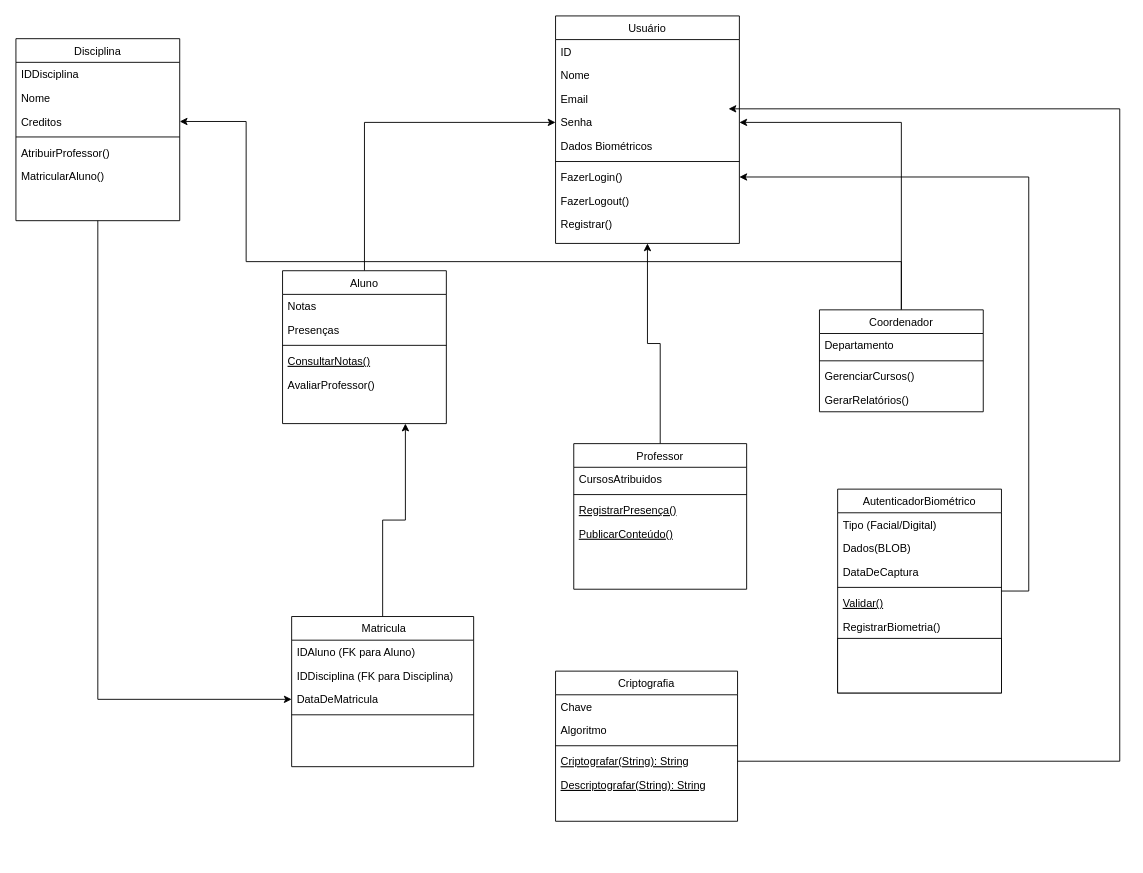
This is Diagrama sem nome.drawio from Luanhp0/Exercicio_html_js, a draw.io file, before an edit. Source tidied: cells renumbered, new cells numbered last; positions are measured from the earlier drawing's top-left corner, leaving out a move shared by most shapes. Both pictures are drawn from the tidied source at 91%, with x=0, y=0 at pixel (15, 15).
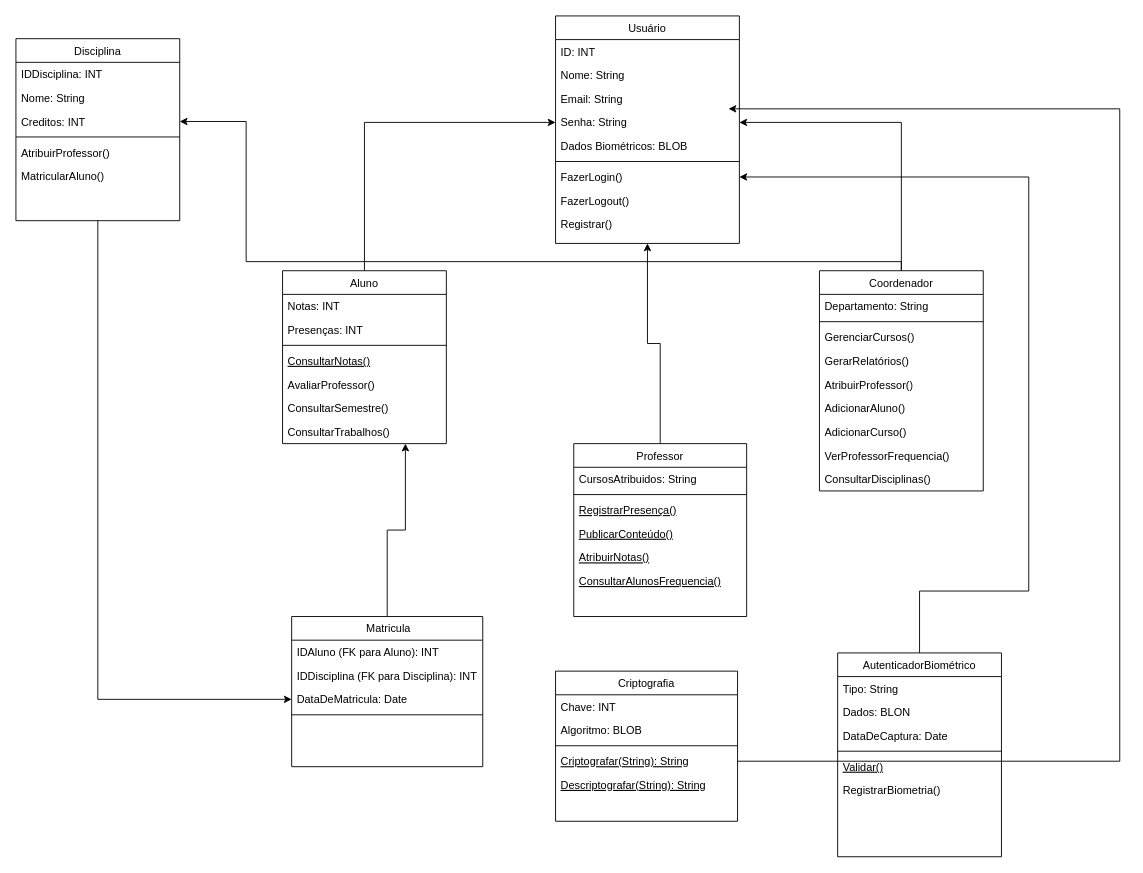
The same diagram, later.

Unchanged cells that the change refers to:
```xml
<mxCell id="3" value="Disciplina" style="swimlane;fontStyle=0;align=center;verticalAlign=top;horizontal=1;startSize=26;rounded=0;shadow=0;strokeWidth=1;" parent="1" vertex="1">
  <mxGeometry y="25" width="180" height="200" as="geometry" />
</mxCell>
<mxCell id="23" value="Usuário" style="swimlane;fontStyle=0;align=center;verticalAlign=top;horizontal=1;startSize=26;rounded=0;shadow=0;strokeWidth=1;" parent="1" vertex="1">
  <mxGeometry x="593" width="202" height="250" as="geometry" />
</mxCell>
<mxCell id="55" value="Criptografia" style="swimlane;fontStyle=0;align=center;verticalAlign=top;horizontal=1;startSize=26;rounded=0;shadow=0;strokeWidth=1;" parent="1" vertex="1">
  <mxGeometry x="593" y="720" width="200" height="165" as="geometry" />
</mxCell>
```

Diff of the diagram source:
```diff
@@
-    <mxCell id="4" value="IDDisciplina" style="text;align=left;verticalAlign=top;spacingLeft=4;spacingRight=4;overflow=hidden;" parent="3" vertex="1">
+    <mxCell id="4" value="IDDisciplina: INT" style="text;align=left;verticalAlign=top;spacingLeft=4;spacingRight=4;overflow=hidden;" parent="3" vertex="1">
       <mxGeometry y="26" width="180" height="26" as="geometry" />
     </mxCell>
-    <mxCell id="5" value="Nome" style="text;align=left;verticalAlign=top;spacingLeft=4;spacingRight=4;overflow=hidden;rounded=0;shadow=0;html=0;" parent="3" vertex="1">
+    <mxCell id="5" value="Nome: String" style="text;align=left;verticalAlign=top;spacingLeft=4;spacingRight=4;overflow=hidden;rounded=0;shadow=0;html=0;" parent="3" vertex="1">
       <mxGeometry y="52" width="180" height="26" as="geometry" />
     </mxCell>
-    <mxCell id="6" value="Creditos" style="text;align=left;verticalAlign=top;spacingLeft=4;spacingRight=4;overflow=hidden;points=[[0,0.5],[1,0.5]];portConstraint=eastwest;rounded=0;shadow=0;html=0;" parent="3" vertex="1">
+    <mxCell id="6" value="Creditos: INT" style="text;align=left;verticalAlign=top;spacingLeft=4;spacingRight=4;overflow=hidden;points=[[0,0.5],[1,0.5]];portConstraint=eastwest;rounded=0;shadow=0;html=0;" parent="3" vertex="1">
       <mxGeometry y="78" width="180" height="26" as="geometry" />
     </mxCell>
@@
     <mxCell id="11" value="Aluno" style="swimlane;fontStyle=0;align=center;verticalAlign=top;horizontal=1;startSize=26;rounded=0;shadow=0;strokeWidth=1;" parent="1" vertex="1">
-      <mxGeometry x="293" y="280" width="180" height="168" as="geometry" />
+      <mxGeometry x="293" y="280" width="180" height="190" as="geometry" />
     </mxCell>
-    <mxCell id="12" value="Notas" style="text;align=left;verticalAlign=top;spacingLeft=4;spacingRight=4;overflow=hidden;" parent="11" vertex="1">
+    <mxCell id="12" value="Notas: INT" style="text;align=left;verticalAlign=top;spacingLeft=4;spacingRight=4;overflow=hidden;" parent="11" vertex="1">
       <mxGeometry y="26" width="180" height="26" as="geometry" />
     </mxCell>
-    <mxCell id="13" value="Presenças" style="text;align=left;verticalAlign=top;spacingLeft=4;spacingRight=4;overflow=hidden;rounded=0;shadow=0;html=0;" parent="11" vertex="1">
+    <mxCell id="13" value="Presenças: INT" style="text;align=left;verticalAlign=top;spacingLeft=4;spacingRight=4;overflow=hidden;rounded=0;shadow=0;html=0;" parent="11" vertex="1">
       <mxGeometry y="52" width="180" height="26" as="geometry" />
     </mxCell>
@@
+    <mxCell id="62" value="ConsultarSemestre()" style="text;align=left;verticalAlign=top;spacingLeft=4;spacingRight=4;overflow=hidden;" parent="11" vertex="1">
+      <mxGeometry y="138" width="180" height="26" as="geometry" />
+    </mxCell>
+    <mxCell id="63" value="ConsultarTrabalhos()" style="text;align=left;verticalAlign=top;spacingLeft=4;spacingRight=4;overflow=hidden;" parent="11" vertex="1">
+      <mxGeometry y="164" width="180" height="26" as="geometry" />
+    </mxCell>
@@
     <mxCell id="18" value="Professor" style="swimlane;fontStyle=0;align=center;verticalAlign=top;horizontal=1;startSize=26;rounded=0;shadow=0;strokeWidth=1;" parent="1" vertex="1">
-      <mxGeometry x="613" y="470" width="190" height="160" as="geometry" />
+      <mxGeometry x="613" y="470" width="190" height="190" as="geometry" />
     </mxCell>
-    <mxCell id="19" value="CursosAtribuidos" style="text;align=left;verticalAlign=top;spacingLeft=4;spacingRight=4;overflow=hidden;" parent="18" vertex="1">
+    <mxCell id="19" value="CursosAtribuidos: String" style="text;align=left;verticalAlign=top;spacingLeft=4;spacingRight=4;overflow=hidden;" parent="18" vertex="1">
       <mxGeometry y="26" width="190" height="26" as="geometry" />
     </mxCell>
@@
+    <mxCell id="64" value="AtribuirNotas()" style="text;align=left;verticalAlign=top;spacingLeft=4;spacingRight=4;overflow=hidden;fontStyle=4;" parent="18" vertex="1">
+      <mxGeometry y="112" width="190" height="26" as="geometry" />
+    </mxCell>
+    <mxCell id="65" value="ConsultarAlunosFrequencia()" style="text;align=left;verticalAlign=top;spacingLeft=4;spacingRight=4;overflow=hidden;fontStyle=4;" parent="18" vertex="1">
+      <mxGeometry y="138" width="190" height="26" as="geometry" />
+    </mxCell>
@@
-    <mxCell id="24" value="ID" style="text;align=left;verticalAlign=top;spacingLeft=4;spacingRight=4;overflow=hidden;" parent="23" vertex="1">
+    <mxCell id="24" value="ID: INT" style="text;align=left;verticalAlign=top;spacingLeft=4;spacingRight=4;overflow=hidden;" parent="23" vertex="1">
       <mxGeometry y="26" width="202" height="26" as="geometry" />
     </mxCell>
-    <mxCell id="25" value="Nome" style="text;align=left;verticalAlign=top;spacingLeft=4;spacingRight=4;overflow=hidden;rounded=0;shadow=0;html=0;" parent="23" vertex="1">
+    <mxCell id="25" value="Nome: String" style="text;align=left;verticalAlign=top;spacingLeft=4;spacingRight=4;overflow=hidden;rounded=0;shadow=0;html=0;" parent="23" vertex="1">
       <mxGeometry y="52" width="202" height="26" as="geometry" />
     </mxCell>
-    <mxCell id="26" value="Email" style="text;align=left;verticalAlign=top;spacingLeft=4;spacingRight=4;overflow=hidden;rounded=0;shadow=0;html=0;" parent="23" vertex="1">
+    <mxCell id="26" value="Email: String" style="text;align=left;verticalAlign=top;spacingLeft=4;spacingRight=4;overflow=hidden;rounded=0;shadow=0;html=0;" parent="23" vertex="1">
       <mxGeometry y="78" width="202" height="26" as="geometry" />
     </mxCell>
-    <mxCell id="27" value="Senha" style="text;align=left;verticalAlign=top;spacingLeft=4;spacingRight=4;overflow=hidden;points=[[0,0.5],[1,0.5]];portConstraint=eastwest;rounded=0;shadow=0;html=0;" parent="23" vertex="1">
+    <mxCell id="27" value="Senha: String" style="text;align=left;verticalAlign=top;spacingLeft=4;spacingRight=4;overflow=hidden;points=[[0,0.5],[1,0.5]];portConstraint=eastwest;rounded=0;shadow=0;html=0;" parent="23" vertex="1">
       <mxGeometry y="104" width="202" height="26" as="geometry" />
     </mxCell>
-    <mxCell id="28" value="Dados Biométricos" style="text;align=left;verticalAlign=top;spacingLeft=4;spacingRight=4;overflow=hidden;rounded=0;shadow=0;html=0;" parent="23" vertex="1">
+    <mxCell id="28" value="Dados Biométricos: BLOB" style="text;align=left;verticalAlign=top;spacingLeft=4;spacingRight=4;overflow=hidden;rounded=0;shadow=0;html=0;" parent="23" vertex="1">
       <mxGeometry y="130" width="202" height="26" as="geometry" />
     </mxCell>
@@
     <mxCell id="35" value="&lt;span style=&quot;font-weight: normal;&quot;&gt;Coordenador&lt;/span&gt;" style="swimlane;fontStyle=1;align=center;verticalAlign=top;horizontal=1;startSize=26;whiteSpace=wrap;html=1;" parent="1" vertex="1">
-      <mxGeometry x="883" y="323" width="180" height="112" as="geometry" />
+      <mxGeometry x="883" y="280" width="180" height="242" as="geometry" />
     </mxCell>
-    <mxCell id="36" value="Departamento" style="text;strokeColor=none;fillColor=none;align=left;verticalAlign=top;spacingLeft=4;spacingRight=4;overflow=hidden;whiteSpace=wrap;html=1;" parent="35" vertex="1">
+    <mxCell id="36" value="Departamento: String" style="text;strokeColor=none;fillColor=none;align=left;verticalAlign=top;spacingLeft=4;spacingRight=4;overflow=hidden;whiteSpace=wrap;html=1;" parent="35" vertex="1">
       <mxGeometry y="26" width="180" height="26" as="geometry" />
     </mxCell>
@@
+    <mxCell id="66" value="AtribuirProfessor()" style="text;strokeColor=none;fillColor=none;align=left;verticalAlign=top;spacingLeft=4;spacingRight=4;overflow=hidden;whiteSpace=wrap;html=1;" parent="35" vertex="1">
+      <mxGeometry y="112" width="180" height="26" as="geometry" />
+    </mxCell>
+    <mxCell id="67" value="AdicionarAluno()" style="text;strokeColor=none;fillColor=none;align=left;verticalAlign=top;spacingLeft=4;spacingRight=4;overflow=hidden;whiteSpace=wrap;html=1;" parent="35" vertex="1">
+      <mxGeometry y="138" width="180" height="26" as="geometry" />
+    </mxCell>
+    <mxCell id="68" value="AdicionarCurso()" style="text;strokeColor=none;fillColor=none;align=left;verticalAlign=top;spacingLeft=4;spacingRight=4;overflow=hidden;whiteSpace=wrap;html=1;" parent="35" vertex="1">
+      <mxGeometry y="164" width="180" height="26" as="geometry" />
+    </mxCell>
+    <mxCell id="69" value="VerProfessorFrequencia()" style="text;strokeColor=none;fillColor=none;align=left;verticalAlign=top;spacingLeft=4;spacingRight=4;overflow=hidden;whiteSpace=wrap;html=1;" parent="35" vertex="1">
+      <mxGeometry y="190" width="180" height="26" as="geometry" />
+    </mxCell>
+    <mxCell id="70" value="ConsultarDisciplinas()" style="text;strokeColor=none;fillColor=none;align=left;verticalAlign=top;spacingLeft=4;spacingRight=4;overflow=hidden;whiteSpace=wrap;html=1;" parent="35" vertex="1">
+      <mxGeometry y="216" width="180" height="26" as="geometry" />
+    </mxCell>
@@
     <mxCell id="41" value="AutenticadorBiométrico" style="swimlane;fontStyle=0;align=center;verticalAlign=top;horizontal=1;startSize=26;rounded=0;shadow=0;strokeWidth=1;" parent="1" vertex="1">
-      <mxGeometry x="903" y="520" width="180" height="224" as="geometry" />
+      <mxGeometry x="903" y="700" width="180" height="224" as="geometry" />
     </mxCell>
-    <mxCell id="42" value="Tipo (Facial/Digital)" style="text;align=left;verticalAlign=top;spacingLeft=4;spacingRight=4;overflow=hidden;" parent="41" vertex="1">
+    <mxCell id="42" value="Tipo: String" style="text;align=left;verticalAlign=top;spacingLeft=4;spacingRight=4;overflow=hidden;" parent="41" vertex="1">
       <mxGeometry y="26" width="180" height="26" as="geometry" />
     </mxCell>
-    <mxCell id="43" value="Dados(BLOB)" style="text;align=left;verticalAlign=top;spacingLeft=4;spacingRight=4;overflow=hidden;rounded=0;shadow=0;html=0;" parent="41" vertex="1">
+    <mxCell id="43" value="Dados: BLON" style="text;align=left;verticalAlign=top;spacingLeft=4;spacingRight=4;overflow=hidden;rounded=0;shadow=0;html=0;" parent="41" vertex="1">
       <mxGeometry y="52" width="180" height="26" as="geometry" />
     </mxCell>
-    <mxCell id="44" value="DataDeCaptura" style="text;align=left;verticalAlign=top;spacingLeft=4;spacingRight=4;overflow=hidden;rounded=0;shadow=0;html=0;" parent="41" vertex="1">
+    <mxCell id="44" value="DataDeCaptura: Date" style="text;align=left;verticalAlign=top;spacingLeft=4;spacingRight=4;overflow=hidden;rounded=0;shadow=0;html=0;" parent="41" vertex="1">
       <mxGeometry y="78" width="180" height="26" as="geometry" />
     </mxCell>
@@
-    <mxCell id="48" style="whiteSpace=wrap;html=1;" parent="41" vertex="1">
-      <mxGeometry y="164" width="180" height="60" as="geometry" />
-    </mxCell>
@@
     <mxCell id="50" value=" Matricula" style="swimlane;fontStyle=0;align=center;verticalAlign=top;horizontal=1;startSize=26;rounded=0;shadow=0;strokeWidth=1;" parent="1" vertex="1">
-      <mxGeometry x="303" y="660" width="200" height="165" as="geometry" />
+      <mxGeometry x="303" y="660" width="210" height="165" as="geometry" />
     </mxCell>
-    <mxCell id="51" value="IDAluno (FK para Aluno)" style="text;align=left;verticalAlign=top;spacingLeft=4;spacingRight=4;overflow=hidden;" parent="50" vertex="1">
-      <mxGeometry y="26" width="200" height="26" as="geometry" />
+    <mxCell id="51" value="IDAluno (FK para Aluno): INT" style="text;align=left;verticalAlign=top;spacingLeft=4;spacingRight=4;overflow=hidden;" parent="50" vertex="1">
+      <mxGeometry y="26" width="210" height="26" as="geometry" />
     </mxCell>
-    <mxCell id="52" value="IDDisciplina (FK para Disciplina)" style="text;align=left;verticalAlign=top;spacingLeft=4;spacingRight=4;overflow=hidden;rounded=0;shadow=0;html=0;" parent="50" vertex="1">
-      <mxGeometry y="52" width="200" height="26" as="geometry" />
+    <mxCell id="52" value="IDDisciplina (FK para Disciplina): INT" style="text;align=left;verticalAlign=top;spacingLeft=4;spacingRight=4;overflow=hidden;rounded=0;shadow=0;html=0;" parent="50" vertex="1">
+      <mxGeometry y="52" width="210" height="26" as="geometry" />
     </mxCell>
-    <mxCell id="53" value="DataDeMatricula" style="text;align=left;verticalAlign=top;spacingLeft=4;spacingRight=4;overflow=hidden;points=[[0,0.5],[1,0.5]];portConstraint=eastwest;rounded=0;shadow=0;html=0;" parent="50" vertex="1">
-      <mxGeometry y="78" width="200" height="26" as="geometry" />
+    <mxCell id="53" value="DataDeMatricula: Date" style="text;align=left;verticalAlign=top;spacingLeft=4;spacingRight=4;overflow=hidden;points=[[0,0.5],[1,0.5]];portConstraint=eastwest;rounded=0;shadow=0;html=0;" parent="50" vertex="1">
+      <mxGeometry y="78" width="210" height="26" as="geometry" />
     </mxCell>
     <mxCell id="54" style="line;html=1;strokeWidth=1;align=left;verticalAlign=middle;spacingTop=-1;spacingLeft=3;spacingRight=3;labelPosition=right;" parent="50" vertex="1">
-      <mxGeometry y="104" width="200" height="8" as="geometry" />
+      <mxGeometry y="104" width="210" height="8" as="geometry" />
     </mxCell>
@@
-    <mxCell id="56" value="Chave" style="text;align=left;verticalAlign=top;spacingLeft=4;spacingRight=4;overflow=hidden;" parent="55" vertex="1">
+    <mxCell id="56" value="Chave: INT" style="text;align=left;verticalAlign=top;spacingLeft=4;spacingRight=4;overflow=hidden;" parent="55" vertex="1">
       <mxGeometry y="26" width="200" height="26" as="geometry" />
     </mxCell>
-    <mxCell id="57" value="Algoritmo" style="text;align=left;verticalAlign=top;spacingLeft=4;spacingRight=4;overflow=hidden;rounded=0;shadow=0;html=0;" parent="55" vertex="1">
+    <mxCell id="57" value="Algoritmo: BLOB" style="text;align=left;verticalAlign=top;spacingLeft=4;spacingRight=4;overflow=hidden;rounded=0;shadow=0;html=0;" parent="55" vertex="1">
       <mxGeometry y="52" width="200" height="26" as="geometry" />
     </mxCell>
```
